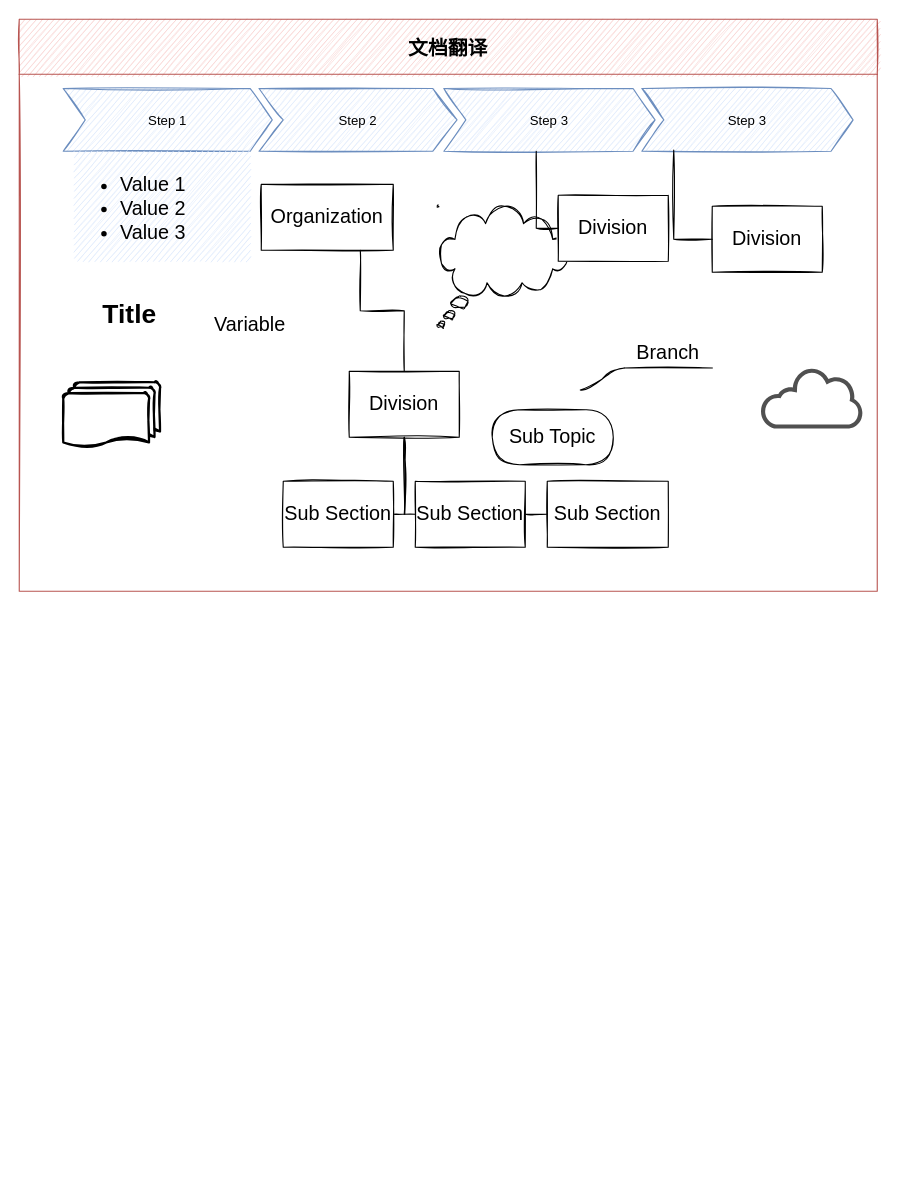
Before: page "Page-2" (2 of 4) of 未命名绘图.drawio in hgdhot/draw, a draw.io diagram. Source tidied: cells renumbered, new cells numbered last; positions are measured from the earlier drawing's top-left corner, leaving out a move shared by most shapes. Both pictures are drawn from the tidied source at 110%, with x=0, y=0 at pixel (19, 19).
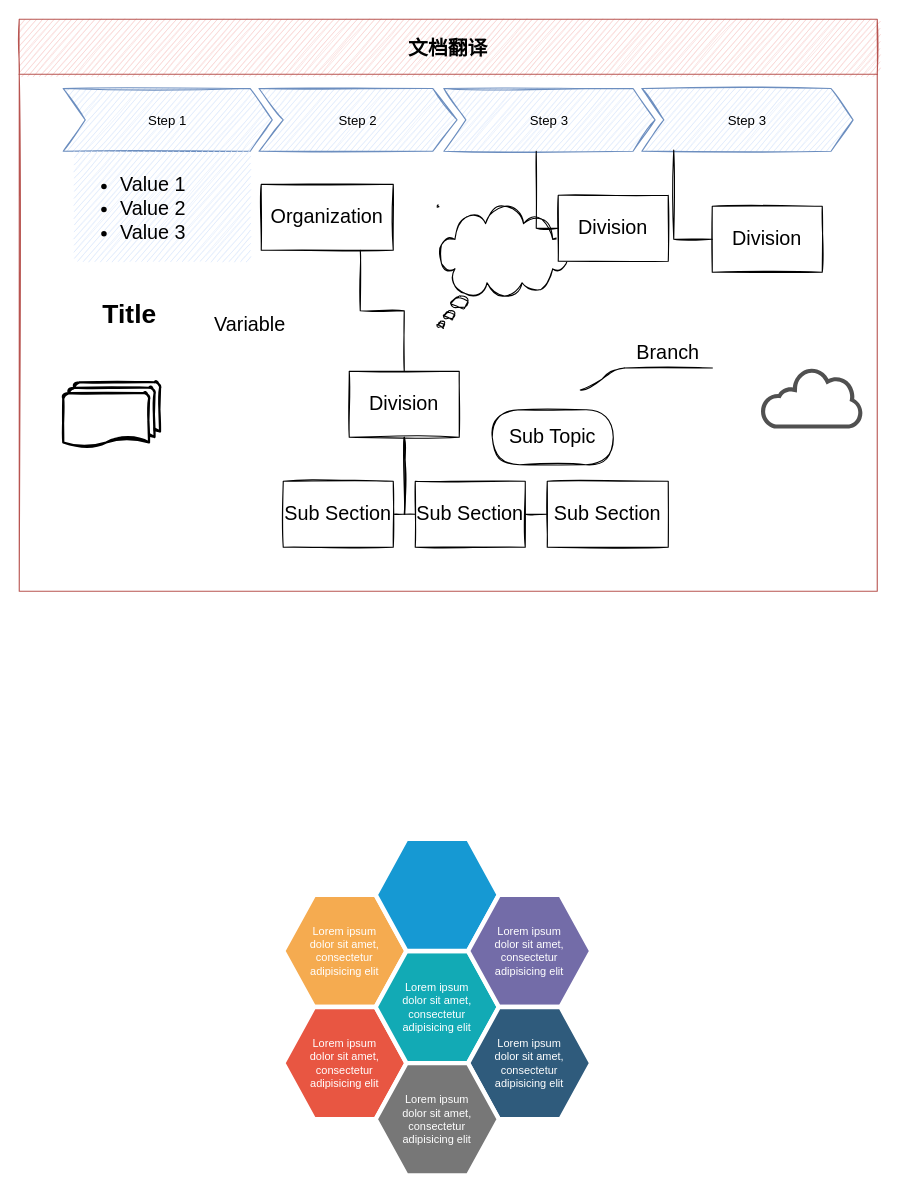
Above is the later version.

The edit, as a diff of the source:
```diff
@@
+    <mxCell id="30" value="Lorem ipsum&lt;br&gt; dolor sit amet, consectetur adipisicing elit" style="shape=hexagon;strokeWidth=4;html=1;fillColor=#F5AB50;strokeColor=#ffffff;shadow=0;fontSize=10;fontColor=#FFFFFF;align=center;fontStyle=0;whiteSpace=wrap;spacing=10;rounded=0;labelBackgroundColor=none;labelBorderColor=none;sketch=0;" parent="1" vertex="1">
+      <mxGeometry x="240" y="796" width="112" height="102" as="geometry" />
+    </mxCell>
+    <mxCell id="31" value="Lorem ipsum&lt;br&gt; dolor sit amet, consectetur adipisicing elit" style="shape=hexagon;strokeWidth=4;html=1;fillColor=#E85642;strokeColor=#ffffff;shadow=0;fontSize=10;fontColor=#FFFFFF;align=center;fontStyle=0;whiteSpace=wrap;spacing=10;rounded=0;labelBackgroundColor=none;labelBorderColor=none;sketch=0;" parent="1" vertex="1">
+      <mxGeometry x="240" y="898" width="112" height="102" as="geometry" />
+    </mxCell>
+    <mxCell id="32" value="Lorem ipsum&lt;br&gt; dolor sit amet, consectetur adipisicing elit" style="shape=hexagon;strokeWidth=4;html=1;fillColor=#12AAB5;strokeColor=#ffffff;shadow=0;fontSize=10;fontColor=#FFFFFF;align=center;fontStyle=0;whiteSpace=wrap;spacing=10;rounded=0;labelBackgroundColor=none;labelBorderColor=none;sketch=0;" parent="1" vertex="1">
+      <mxGeometry x="324" y="847" width="112" height="102" as="geometry" />
+    </mxCell>
+    <mxCell id="33" style="shape=hexagon;strokeWidth=4;html=1;fillColor=#1699D3;strokeColor=#ffffff;shadow=0;fontSize=10;fontColor=#FFFFFF;align=center;fontStyle=0;whiteSpace=wrap;spacing=10;rounded=0;labelBackgroundColor=none;labelBorderColor=none;sketch=0;" parent="1" vertex="1">
+      <mxGeometry x="324" y="745" width="112" height="102" as="geometry" />
+    </mxCell>
+    <mxCell id="34" value="Lorem ipsum&lt;br&gt; dolor sit amet, consectetur adipisicing elit" style="shape=hexagon;strokeWidth=4;html=1;fillColor=#736CA8;strokeColor=#ffffff;shadow=0;fontSize=10;fontColor=#FFFFFF;align=center;fontStyle=0;whiteSpace=wrap;spacing=10;rounded=0;labelBackgroundColor=none;labelBorderColor=none;sketch=0;" parent="1" vertex="1">
+      <mxGeometry x="408" y="796" width="112" height="102" as="geometry" />
+    </mxCell>
+    <mxCell id="35" value="Lorem ipsum&lt;br&gt; dolor sit amet, consectetur adipisicing elit" style="shape=hexagon;strokeWidth=4;html=1;fillColor=#2F5B7C;strokeColor=#ffffff;shadow=0;fontSize=10;fontColor=#FFFFFF;align=center;fontStyle=0;whiteSpace=wrap;spacing=10;rounded=0;labelBackgroundColor=none;labelBorderColor=none;sketch=0;" parent="1" vertex="1">
+      <mxGeometry x="408" y="898" width="112" height="102" as="geometry" />
+    </mxCell>
+    <mxCell id="36" value="Lorem ipsum&lt;br&gt; dolor sit amet, consectetur adipisicing elit" style="shape=hexagon;strokeWidth=4;html=1;fillColor=#777777;strokeColor=#ffffff;shadow=0;fontSize=10;fontColor=#FFFFFF;align=center;fontStyle=0;whiteSpace=wrap;spacing=10;rounded=0;labelBackgroundColor=none;labelBorderColor=none;sketch=0;" parent="1" vertex="1">
+      <mxGeometry x="324" y="949" width="112" height="102" as="geometry" />
+    </mxCell>
```
